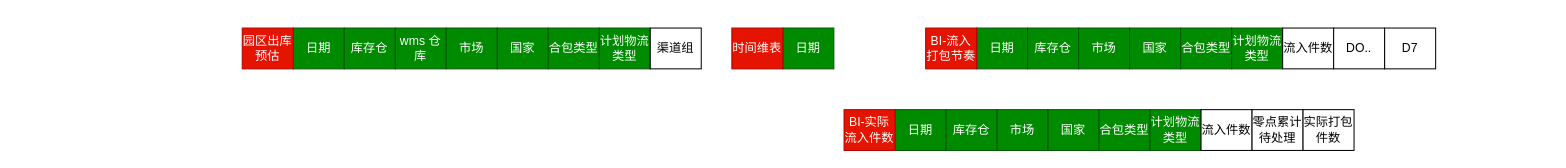
Msimplehub/abbysun keeps this draw.io diagram as shein/国内仓-片区出库预估.drawio. Above is the earlier version. Source tidied: cells renumbered, new cells numbered last; positions are measured from the earlier drawing's top-left corner, leaving out a move shared by most shapes. Both pictures are drawn from the tidied source at 102%, with x=0, y=0 at pixel (242, 28).
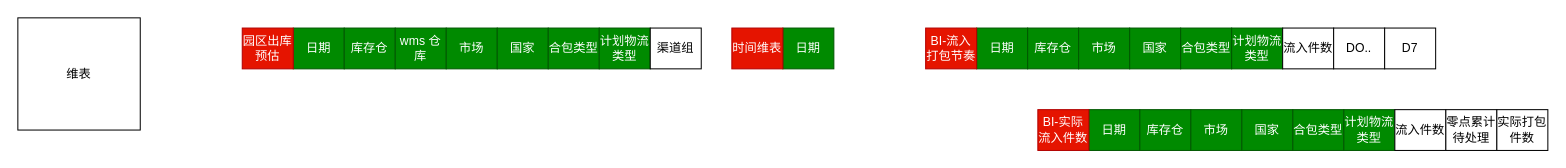
The same diagram, later.

Commit message (it also covers changes not shown here):
更新国内仓-片区出库预估.drawio

Change to the diagram source:
```diff
@@
     <mxCell id="21" value="日期" style="rounded=0;whiteSpace=wrap;html=1;fillColor=#008a00;fontColor=#ffffff;strokeColor=#005700;" parent="1" vertex="1">
-      <mxGeometry x="640" y="80" width="50" height="40" as="geometry" />
+      <mxGeometry x="830" y="80" width="50" height="40" as="geometry" />
     </mxCell>
     <mxCell id="22" value="库存仓" style="rounded=0;whiteSpace=wrap;html=1;fillColor=#008a00;fontColor=#ffffff;strokeColor=#005700;" parent="1" vertex="1">
-      <mxGeometry x="690" y="80" width="50" height="40" as="geometry" />
+      <mxGeometry x="880" y="80" width="50" height="40" as="geometry" />
     </mxCell>
     <mxCell id="23" value="市场" style="rounded=0;whiteSpace=wrap;html=1;fillColor=#008a00;fontColor=#ffffff;strokeColor=#005700;" parent="1" vertex="1">
-      <mxGeometry x="740" y="80" width="50" height="40" as="geometry" />
+      <mxGeometry x="930" y="80" width="50" height="40" as="geometry" />
     </mxCell>
     <mxCell id="24" value="国家" style="rounded=0;whiteSpace=wrap;html=1;fillColor=#008a00;fontColor=#ffffff;strokeColor=#005700;" parent="1" vertex="1">
-      <mxGeometry x="790" y="80" width="50" height="40" as="geometry" />
+      <mxGeometry x="980" y="80" width="50" height="40" as="geometry" />
     </mxCell>
     <mxCell id="25" value="合包类型" style="rounded=0;whiteSpace=wrap;html=1;fillColor=#008a00;fontColor=#ffffff;strokeColor=#005700;" parent="1" vertex="1">
-      <mxGeometry x="840" y="80" width="50" height="40" as="geometry" />
+      <mxGeometry x="1030" y="80" width="50" height="40" as="geometry" />
     </mxCell>
     <mxCell id="26" value="计划物流类型" style="rounded=0;whiteSpace=wrap;html=1;fillColor=#008a00;fontColor=#ffffff;strokeColor=#005700;" parent="1" vertex="1">
-      <mxGeometry x="890" y="80" width="50" height="40" as="geometry" />
+      <mxGeometry x="1080" y="80" width="50" height="40" as="geometry" />
     </mxCell>
     <mxCell id="27" value="流入件数" style="rounded=0;whiteSpace=wrap;html=1;" parent="1" vertex="1">
-      <mxGeometry x="940" y="80" width="50" height="40" as="geometry" />
+      <mxGeometry x="1130" y="80" width="50" height="40" as="geometry" />
     </mxCell>
     <mxCell id="28" value="BI-实际流入件数" style="rounded=0;whiteSpace=wrap;html=1;fillColor=#e51400;fontColor=#ffffff;strokeColor=#B20000;" parent="1" vertex="1">
-      <mxGeometry x="590" y="80" width="50" height="40" as="geometry" />
+      <mxGeometry x="780" y="80" width="50" height="40" as="geometry" />
     </mxCell>
     <mxCell id="29" value="零点累计待处理" style="rounded=0;whiteSpace=wrap;html=1;" parent="1" vertex="1">
-      <mxGeometry x="990" y="80" width="50" height="40" as="geometry" />
+      <mxGeometry x="1180" y="80" width="50" height="40" as="geometry" />
     </mxCell>
     <mxCell id="30" value="实际打包件数" style="rounded=0;whiteSpace=wrap;html=1;" parent="1" vertex="1">
-      <mxGeometry x="1040" y="80" width="50" height="40" as="geometry" />
+      <mxGeometry x="1230" y="80" width="50" height="40" as="geometry" />
     </mxCell>
@@
+    <mxCell id="33" value="维表" style="rounded=0;whiteSpace=wrap;html=1;" parent="1" vertex="1">
+      <mxGeometry x="-220" y="-10" width="120" height="110" as="geometry" />
+    </mxCell>
```
